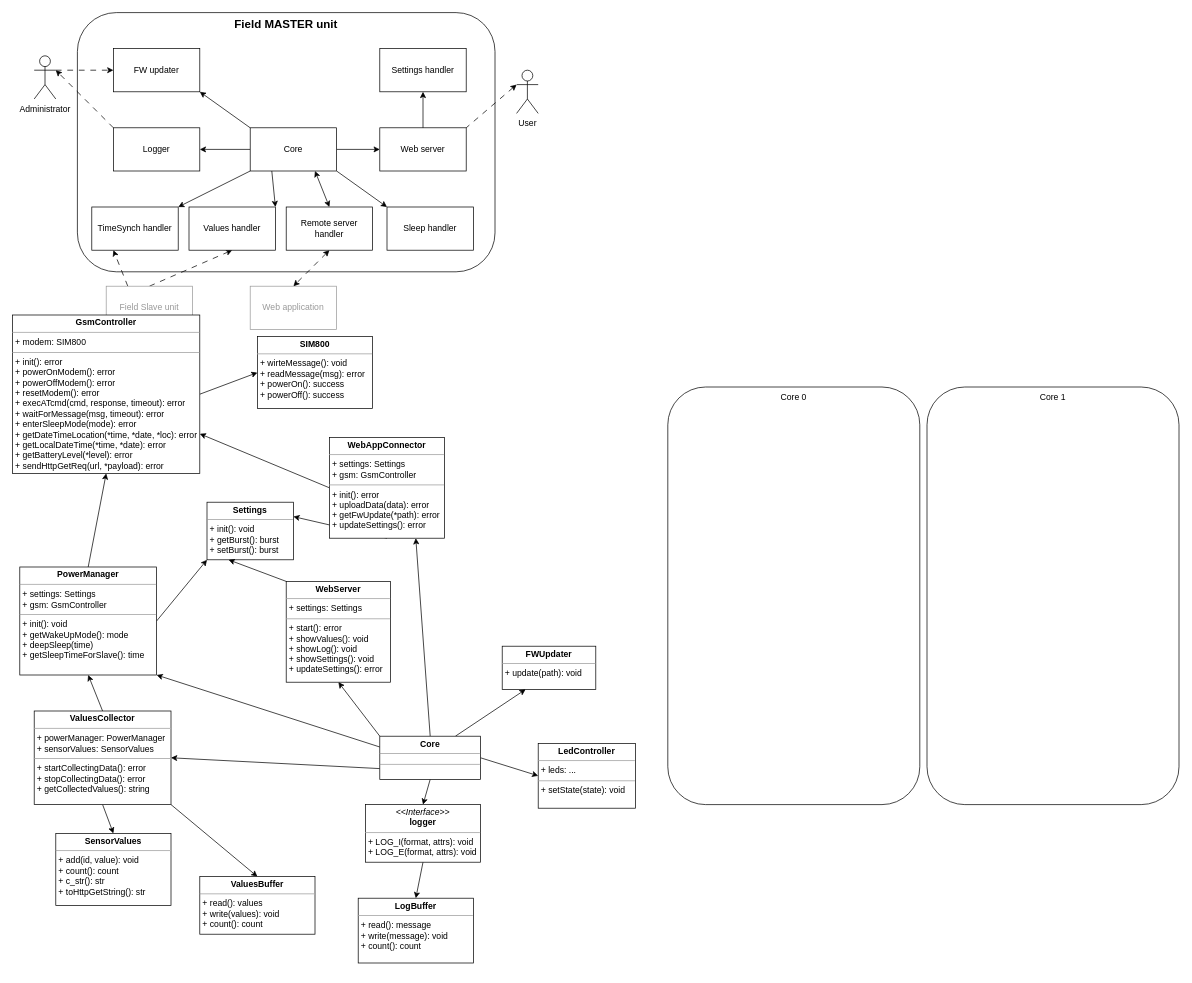
Barabas19/Apiary_system keeps this draw.io diagram as page "Master unit" (7 of 7) of docs/Apiary_charts_and_views.drawio. Above is the earlier version. Source tidied: cells renumbered, new cells numbered last; positions are measured from the earlier drawing's top-left corner, leaving out a move shared by most shapes. Both pictures are drawn from the tidied source at 72%, with x=0, y=0 at pixel (12, 12).
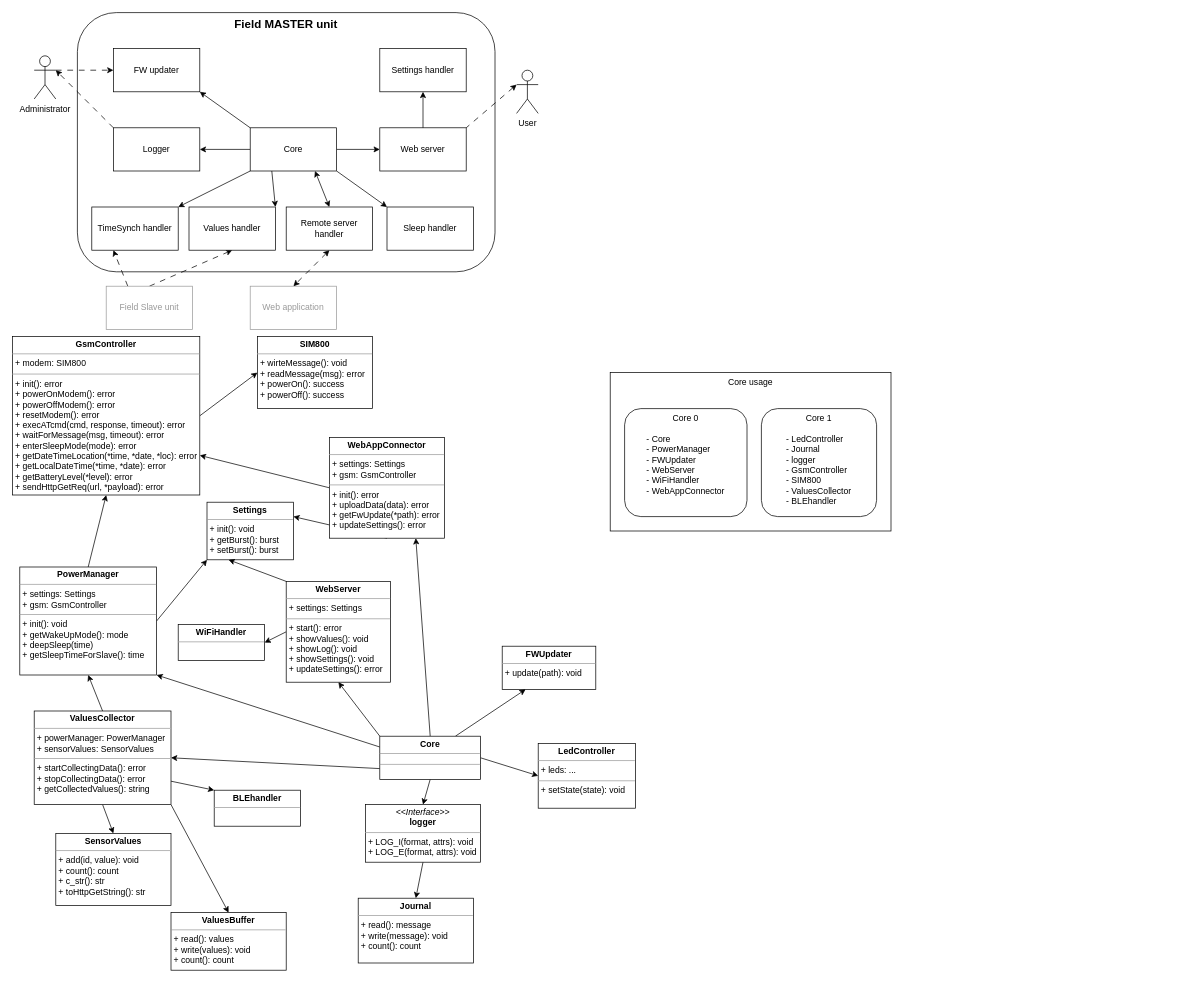
The same page after the edit.

Commit message:
Update Master unit architecture

Unchanged cells that the change refers to:
```xml
<mxCell id="45" value="&lt;p style=&quot;margin:0px;margin-top:4px;text-align:center;&quot;&gt;&lt;b style=&quot;border-color: var(--border-color);&quot;&gt;ValuesCollector&lt;/b&gt;&lt;br&gt;&lt;/p&gt;&lt;hr size=&quot;1&quot;&gt;&lt;p style=&quot;margin:0px;margin-left:4px;&quot;&gt;+ powerManager: PowerManager&lt;br&gt;&lt;/p&gt;&lt;p style=&quot;margin:0px;margin-left:4px;&quot;&gt;+ sensorValues: SensorValues&lt;/p&gt;&lt;hr size=&quot;1&quot;&gt;&lt;p style=&quot;border-color: var(--border-color); margin: 0px 0px 0px 4px;&quot;&gt;+ startCollectingData(): error&lt;/p&gt;&lt;p style=&quot;margin:0px;margin-left:4px;&quot;&gt;+ stopCollectingData(): error&lt;/p&gt;&lt;p style=&quot;margin:0px;margin-left:4px;&quot;&gt;&lt;span style=&quot;background-color: initial;&quot;&gt;+ getCollectedValues(): string&amp;nbsp;&lt;/span&gt;&lt;br&gt;&lt;/p&gt;" style="verticalAlign=top;align=left;overflow=fill;fontSize=12;fontFamily=Helvetica;html=1;whiteSpace=wrap;" parent="1" vertex="1">
  <mxGeometry x="30" y="970" width="190" height="130" as="geometry" />
</mxCell>
<mxCell id="49" value="&lt;p style=&quot;margin:0px;margin-top:4px;text-align:center;&quot;&gt;&lt;b style=&quot;border-color: var(--border-color);&quot;&gt;WebServer&lt;/b&gt;&lt;br&gt;&lt;/p&gt;&lt;hr size=&quot;1&quot;&gt;&lt;p style=&quot;margin:0px;margin-left:4px;&quot;&gt;+ settings: Settings&lt;br&gt;&lt;/p&gt;&lt;hr size=&quot;1&quot;&gt;&lt;p style=&quot;margin:0px;margin-left:4px;&quot;&gt;+ start(): error&lt;br&gt;&lt;/p&gt;&lt;p style=&quot;margin:0px;margin-left:4px;&quot;&gt;+ showValues(): void&lt;/p&gt;&lt;p style=&quot;margin:0px;margin-left:4px;&quot;&gt;+ showLog(): void&lt;/p&gt;&lt;p style=&quot;margin:0px;margin-left:4px;&quot;&gt;+ showSettings(): void&lt;/p&gt;&lt;p style=&quot;margin:0px;margin-left:4px;&quot;&gt;+ updateSettings(): error&lt;/p&gt;" style="verticalAlign=top;align=left;overflow=fill;fontSize=12;fontFamily=Helvetica;html=1;whiteSpace=wrap;" parent="1" vertex="1">
  <mxGeometry x="380" y="790" width="145" height="140" as="geometry" />
</mxCell>
```

Diff of the diagram source:
```diff
@@
     <mxCell id="34" value="&lt;p style=&quot;margin:0px;margin-top:4px;text-align:center;&quot;&gt;&lt;b&gt;GsmController&lt;/b&gt;&lt;/p&gt;&lt;hr size=&quot;1&quot;&gt;&lt;p style=&quot;margin:0px;margin-left:4px;&quot;&gt;+ modem: SIM800&lt;/p&gt;&lt;hr size=&quot;1&quot;&gt;&lt;p style=&quot;margin:0px;margin-left:4px;&quot;&gt;+ init(): error&lt;/p&gt;&lt;p style=&quot;margin:0px;margin-left:4px;&quot;&gt;+ powerOnModem(): error&lt;/p&gt;&lt;p style=&quot;margin:0px;margin-left:4px;&quot;&gt;+ powerOffModem(): error&lt;/p&gt;&lt;p style=&quot;margin:0px;margin-left:4px;&quot;&gt;+ resetModem(): error&lt;/p&gt;&lt;p style=&quot;margin:0px;margin-left:4px;&quot;&gt;+ execATcmd(cmd, response, timeout): error&lt;/p&gt;&lt;p style=&quot;margin:0px;margin-left:4px;&quot;&gt;+ waitForMessage(msg, timeout): error&lt;/p&gt;&lt;p style=&quot;margin:0px;margin-left:4px;&quot;&gt;+ enterSleepMode(mode): error&lt;/p&gt;&lt;p style=&quot;margin:0px;margin-left:4px;&quot;&gt;+ getDateTimeLocation(*time, *date, *loc): error&lt;/p&gt;&lt;p style=&quot;margin:0px;margin-left:4px;&quot;&gt;+ getLocalDateTime(*time, *date): error&lt;/p&gt;&lt;p style=&quot;margin:0px;margin-left:4px;&quot;&gt;+ getBatteryLevel(*level): error&lt;/p&gt;&lt;p style=&quot;margin:0px;margin-left:4px;&quot;&gt;+ sendHttpGetReq(url, *payload): error&lt;/p&gt;" style="verticalAlign=top;align=left;overflow=fill;fontSize=12;fontFamily=Helvetica;html=1;whiteSpace=wrap;" parent="1" vertex="1">
-      <mxGeometry y="420" width="260" height="220" as="geometry" />
+      <mxGeometry y="450" width="260" height="220" as="geometry" />
     </mxCell>
@@
+    <mxCell id="63" style="rounded=0;jettySize=auto;html=1;exitX=1;exitY=0.75;exitDx=0;exitDy=0;entryX=0;entryY=0;entryDx=0;entryDy=0;" parent="1" edge="1" source="45" target="65">
+      <mxGeometry relative="1" as="geometry" />
+    </mxCell>
@@
+    <mxCell id="64" style="edgeStyle=none;rounded=0;jettySize=auto;html=1;exitX=0;exitY=0.5;exitDx=0;exitDy=0;entryX=1;entryY=0.5;entryDx=0;entryDy=0;" parent="1" edge="1" source="49" target="66">
+      <mxGeometry relative="1" as="geometry" />
+    </mxCell>
@@
     <mxCell id="59" value="&lt;p style=&quot;margin:0px;margin-top:4px;text-align:center;&quot;&gt;&lt;b&gt;ValuesBuffer&lt;/b&gt;&lt;/p&gt;&lt;hr size=&quot;1&quot;&gt;&lt;p style=&quot;margin:0px;margin-left:4px;&quot;&gt;&lt;/p&gt;&lt;p style=&quot;margin:0px;margin-left:4px;&quot;&gt;+ read(): values&lt;/p&gt;&lt;p style=&quot;margin:0px;margin-left:4px;&quot;&gt;+ write(values): void&lt;/p&gt;&lt;p style=&quot;margin:0px;margin-left:4px;&quot;&gt;+ count(): count&lt;/p&gt;" style="verticalAlign=top;align=left;overflow=fill;fontSize=12;fontFamily=Helvetica;html=1;whiteSpace=wrap;" parent="1" vertex="1">
-      <mxGeometry x="260" y="1200" width="160" height="80" as="geometry" />
+      <mxGeometry x="220" y="1250" width="160" height="80" as="geometry" />
     </mxCell>
-    <mxCell id="60" value="&lt;p style=&quot;margin:0px;margin-top:4px;text-align:center;&quot;&gt;&lt;b&gt;LogBuffer&lt;/b&gt;&lt;/p&gt;&lt;hr size=&quot;1&quot;&gt;&lt;p style=&quot;margin:0px;margin-left:4px;&quot;&gt;&lt;/p&gt;&lt;p style=&quot;margin:0px;margin-left:4px;&quot;&gt;+ read(): message&lt;/p&gt;&lt;p style=&quot;margin:0px;margin-left:4px;&quot;&gt;+ write(message): void&lt;/p&gt;&lt;p style=&quot;margin:0px;margin-left:4px;&quot;&gt;+ count(): count&lt;/p&gt;" style="verticalAlign=top;align=left;overflow=fill;fontSize=12;fontFamily=Helvetica;html=1;whiteSpace=wrap;" parent="1" vertex="1">
+    <mxCell id="60" value="&lt;p style=&quot;margin:0px;margin-top:4px;text-align:center;&quot;&gt;&lt;b&gt;Journal&lt;/b&gt;&lt;/p&gt;&lt;hr size=&quot;1&quot;&gt;&lt;p style=&quot;margin:0px;margin-left:4px;&quot;&gt;&lt;/p&gt;&lt;p style=&quot;margin:0px;margin-left:4px;&quot;&gt;+ read(): message&lt;/p&gt;&lt;p style=&quot;margin:0px;margin-left:4px;&quot;&gt;+ write(message): void&lt;/p&gt;&lt;p style=&quot;margin:0px;margin-left:4px;&quot;&gt;+ count(): count&lt;/p&gt;" style="verticalAlign=top;align=left;overflow=fill;fontSize=12;fontFamily=Helvetica;html=1;whiteSpace=wrap;" parent="1" vertex="1">
       <mxGeometry x="480" y="1230" width="160" height="90" as="geometry" />
     </mxCell>
+    <mxCell id="65" value="&lt;p style=&quot;margin:0px;margin-top:4px;text-align:center;&quot;&gt;&lt;b&gt;BLEhandler&lt;/b&gt;&lt;/p&gt;&lt;hr size=&quot;1&quot;&gt;&lt;p style=&quot;margin:0px;margin-left:4px;&quot;&gt;&lt;/p&gt;&lt;p style=&quot;margin:0px;margin-left:4px;&quot;&gt;&lt;br&gt;&lt;/p&gt;" style="verticalAlign=top;align=left;overflow=fill;fontSize=12;fontFamily=Helvetica;html=1;whiteSpace=wrap;" parent="1" vertex="1">
+      <mxGeometry x="280" y="1080" width="120" height="50" as="geometry" />
+    </mxCell>
+    <mxCell id="66" value="&lt;p style=&quot;margin:0px;margin-top:4px;text-align:center;&quot;&gt;&lt;b&gt;WiFiHandler&lt;/b&gt;&lt;/p&gt;&lt;hr size=&quot;1&quot;&gt;&lt;p style=&quot;margin:0px;margin-left:4px;&quot;&gt;&lt;/p&gt;&lt;p style=&quot;margin:0px;margin-left:4px;&quot;&gt;&lt;br&gt;&lt;/p&gt;" style="verticalAlign=top;align=left;overflow=fill;fontSize=12;fontFamily=Helvetica;html=1;whiteSpace=wrap;" parent="1" vertex="1">
+      <mxGeometry x="230" y="850" width="120" height="50" as="geometry" />
+    </mxCell>
+    <mxCell id="67" style="group;" parent="1" vertex="1">
+      <mxGeometry x="830" y="500" width="390" height="220" as="geometry" />
+    </mxCell>
+    <mxCell id="68" value="Core usage" style="rounded=0;whiteSpace=wrap;html=1;verticalAlign=top;" parent="67" vertex="1">
+      <mxGeometry width="390" height="220" as="geometry" />
+    </mxCell>
-    <mxCell id="61" value="Core 0" style="rounded=1;whiteSpace=wrap;html=1;verticalAlign=top;" parent="1" vertex="1">
-      <mxGeometry x="910" y="520" width="350" height="580" as="geometry" />
+    <mxCell id="61" value="Core 0&lt;br&gt;&lt;br&gt;&lt;div style=&quot;text-align: left;&quot;&gt;- Core&lt;/div&gt;&lt;div style=&quot;text-align: left;&quot;&gt;- PowerManager&lt;/div&gt;&lt;div style=&quot;text-align: left;&quot;&gt;- FWUpdater&lt;/div&gt;&lt;div style=&quot;text-align: left;&quot;&gt;- WebServer&lt;/div&gt;&lt;div style=&quot;text-align: left;&quot;&gt;- WiFiHandler&lt;/div&gt;&lt;div style=&quot;text-align: left;&quot;&gt;- WebAppConnector&lt;/div&gt;" style="rounded=1;whiteSpace=wrap;html=1;verticalAlign=top;align=center;" parent="67" vertex="1">
+      <mxGeometry x="20" y="50" width="170" height="150" as="geometry" />
     </mxCell>
-    <mxCell id="62" value="Core 1" style="rounded=1;whiteSpace=wrap;html=1;verticalAlign=top;" parent="1" vertex="1">
-      <mxGeometry x="1270" y="520" width="350" height="580" as="geometry" />
+    <mxCell id="62" value="Core 1&lt;br&gt;&lt;br&gt;&lt;div style=&quot;text-align: left;&quot;&gt;&lt;span style=&quot;background-color: initial;&quot;&gt;- LedController&lt;/span&gt;&lt;/div&gt;&lt;div style=&quot;text-align: left;&quot;&gt;&lt;span style=&quot;background-color: initial;&quot;&gt;- Journal&lt;/span&gt;&lt;/div&gt;&lt;div style=&quot;text-align: left;&quot;&gt;&lt;span style=&quot;background-color: initial;&quot;&gt;- logger&lt;/span&gt;&lt;/div&gt;&lt;div style=&quot;text-align: left;&quot;&gt;&lt;span style=&quot;background-color: initial;&quot;&gt;- GsmController&lt;/span&gt;&lt;/div&gt;&lt;div style=&quot;text-align: left;&quot;&gt;&lt;span style=&quot;background-color: initial;&quot;&gt;- SIM800&lt;/span&gt;&lt;/div&gt;&lt;div style=&quot;text-align: left;&quot;&gt;&lt;span style=&quot;background-color: initial;&quot;&gt;- ValuesCollector&lt;/span&gt;&lt;/div&gt;&lt;div style=&quot;text-align: left;&quot;&gt;&lt;span style=&quot;background-color: initial;&quot;&gt;- BLEhandler&lt;/span&gt;&lt;/div&gt;" style="rounded=1;whiteSpace=wrap;html=1;verticalAlign=top;" parent="67" vertex="1">
+      <mxGeometry x="210" y="50" width="160" height="150" as="geometry" />
     </mxCell>
```
